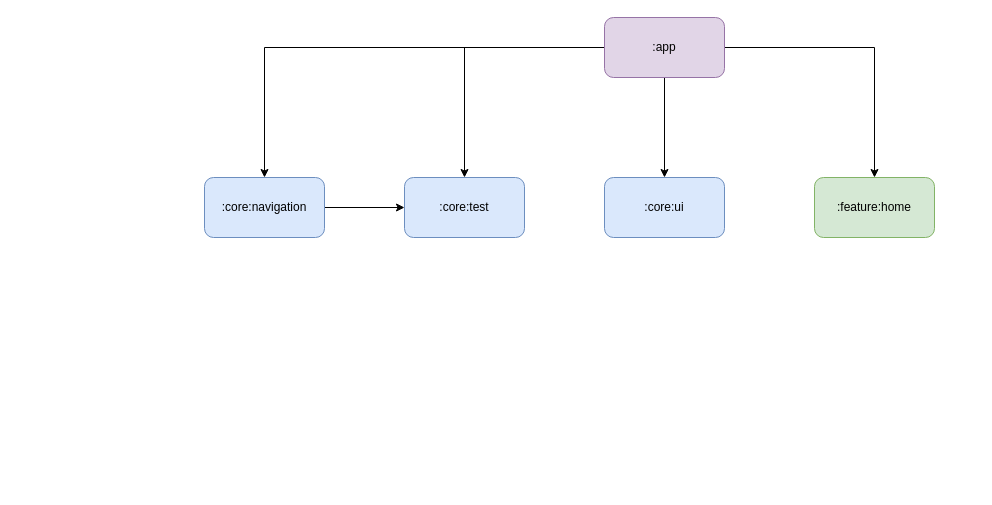
Before: docs/modules_dependency_map.drawio.xml in rbrthmn/comfin, a draw.io diagram. Source tidied: cells renumbered, new cells numbered last; positions are measured from the earlier drawing's top-left corner, leaving out a move shared by most shapes. Both pictures are drawn from the tidied source at 100%, with x=0, y=0 at pixel (204, 17).
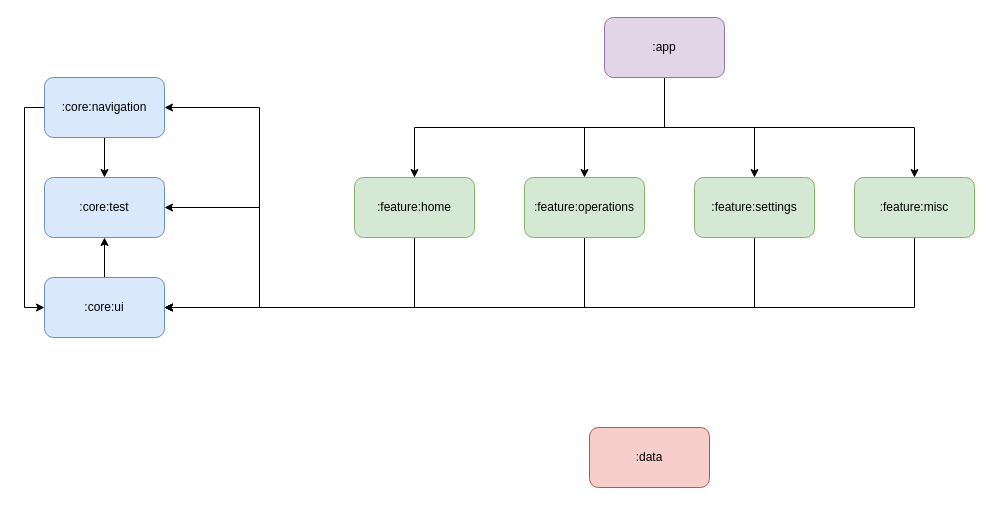
After the change.

Commit message:
#27 - updating dependency map

The change refers to these unchanged cells:
```xml
<mxCell id="6" value=":app" style="rounded=1;whiteSpace=wrap;html=1;fillColor=#e1d5e7;strokeColor=#9673a6;" parent="1" vertex="1">
  <mxGeometry x="400" width="120" height="60" as="geometry" />
</mxCell>
```

Change to the diagram source:
```diff
@@
-    <mxCell id="2" style="edgeStyle=orthogonalEdgeStyle;rounded=0;jettySize=auto;html=1;entryX=0.5;entryY=0;entryDx=0;entryDy=0;" parent="1" edge="1" source="6" target="10">
-      <mxGeometry relative="1" as="geometry" />
-    </mxCell>
-    <mxCell id="3" style="edgeStyle=orthogonalEdgeStyle;rounded=0;jettySize=auto;html=1;entryX=0.5;entryY=0;entryDx=0;entryDy=0;" parent="1" edge="1" source="6" target="8">
-      <mxGeometry relative="1" as="geometry" />
-    </mxCell>
-    <mxCell id="4" style="edgeStyle=orthogonalEdgeStyle;rounded=0;jettySize=auto;html=1;entryX=0.5;entryY=0;entryDx=0;entryDy=0;" parent="1" edge="1" source="6" target="9">
-      <mxGeometry relative="1" as="geometry" />
-    </mxCell>
+    <mxCell id="12" style="edgeStyle=orthogonalEdgeStyle;rounded=0;jettySize=auto;html=1;entryX=0.5;entryY=0;entryDx=0;entryDy=0;" parent="1" edge="1" source="6" target="24">
+      <mxGeometry relative="1" as="geometry" />
+    </mxCell>
+    <mxCell id="13" style="edgeStyle=orthogonalEdgeStyle;rounded=0;jettySize=auto;html=1;entryX=0.5;entryY=0;entryDx=0;entryDy=0;" parent="1" edge="1" source="6" target="26">
+      <mxGeometry relative="1" as="geometry">
+        <Array as="points">
+          <mxPoint x="460" y="110" />
+          <mxPoint x="710" y="110" />
+        </Array>
+      </mxGeometry>
+    </mxCell>
+    <mxCell id="14" style="edgeStyle=orthogonalEdgeStyle;rounded=0;jettySize=auto;html=1;entryX=0.5;entryY=0;entryDx=0;entryDy=0;" parent="1" edge="1" source="6" target="22">
+      <mxGeometry relative="1" as="geometry" />
+    </mxCell>
     <mxCell id="5" style="edgeStyle=orthogonalEdgeStyle;rounded=0;jettySize=auto;html=1;entryX=0.5;entryY=0;entryDx=0;entryDy=0;" parent="1" edge="1" source="6" target="11">
-      <mxGeometry relative="1" as="geometry" />
+      <mxGeometry relative="1" as="geometry">
+        <Array as="points">
+          <mxPoint x="460" y="110" />
+          <mxPoint x="210" y="110" />
+        </Array>
+      </mxGeometry>
     </mxCell>
@@
+    <mxCell id="15" style="edgeStyle=orthogonalEdgeStyle;rounded=0;jettySize=auto;html=1;entryX=0.5;entryY=1;entryDx=0;entryDy=0;" parent="1" edge="1" source="9" target="10">
+      <mxGeometry relative="1" as="geometry" />
+    </mxCell>
+    <mxCell id="9" value=":core:ui" style="rounded=1;whiteSpace=wrap;html=1;fillColor=#dae8fc;strokeColor=#6c8ebf;" parent="1" vertex="1">
+      <mxGeometry x="-160" y="260" width="120" height="60" as="geometry" />
+    </mxCell>
+    <mxCell id="10" value=":core:test" style="rounded=1;whiteSpace=wrap;html=1;fillColor=#dae8fc;strokeColor=#6c8ebf;" parent="1" vertex="1">
+      <mxGeometry x="-160" y="160" width="120" height="60" as="geometry" />
+    </mxCell>
+    <mxCell id="16" style="edgeStyle=orthogonalEdgeStyle;rounded=0;jettySize=auto;html=1;entryX=1;entryY=0.5;entryDx=0;entryDy=0;" parent="1" edge="1" source="11" target="9">
+      <mxGeometry relative="1" as="geometry">
+        <Array as="points">
+          <mxPoint x="210" y="290" />
+        </Array>
+      </mxGeometry>
+    </mxCell>
+    <mxCell id="17" style="edgeStyle=orthogonalEdgeStyle;rounded=0;jettySize=auto;html=1;entryX=1;entryY=0.5;entryDx=0;entryDy=0;" parent="1" edge="1" source="11" target="10">
+      <mxGeometry relative="1" as="geometry">
+        <Array as="points">
+          <mxPoint x="210" y="290" />
+          <mxPoint x="55" y="290" />
+          <mxPoint x="55" y="190" />
+        </Array>
+      </mxGeometry>
+    </mxCell>
+    <mxCell id="18" style="edgeStyle=orthogonalEdgeStyle;rounded=0;jettySize=auto;html=1;entryX=1;entryY=0.5;entryDx=0;entryDy=0;" parent="1" edge="1" source="11" target="8">
+      <mxGeometry relative="1" as="geometry">
+        <Array as="points">
+          <mxPoint x="210" y="290" />
+          <mxPoint x="55" y="290" />
+          <mxPoint x="55" y="90" />
+        </Array>
+      </mxGeometry>
+    </mxCell>
+    <mxCell id="11" value=":feature:home" style="rounded=1;whiteSpace=wrap;html=1;fillColor=#d5e8d4;strokeColor=#82b366;" parent="1" vertex="1">
+      <mxGeometry x="150" y="160" width="120" height="60" as="geometry" />
+    </mxCell>
+    <mxCell id="19" value=":data" style="rounded=1;whiteSpace=wrap;html=1;fillColor=#f8cecc;strokeColor=#b85450;" parent="1" vertex="1">
+      <mxGeometry x="385" y="410" width="120" height="60" as="geometry" />
+    </mxCell>
+    <mxCell id="20" style="edgeStyle=orthogonalEdgeStyle;rounded=0;jettySize=auto;html=1;entryX=0;entryY=0.5;entryDx=0;entryDy=0;" parent="1" edge="1" source="8" target="9">
+      <mxGeometry relative="1" as="geometry">
+        <Array as="points">
+          <mxPoint x="-180" y="90" />
+          <mxPoint x="-180" y="290" />
+        </Array>
+      </mxGeometry>
+    </mxCell>
-    <mxCell id="7" style="edgeStyle=orthogonalEdgeStyle;rounded=0;jettySize=auto;html=1;entryX=0;entryY=0.5;entryDx=0;entryDy=0;" parent="1" edge="1" source="8" target="10">
+    <mxCell id="7" style="edgeStyle=orthogonalEdgeStyle;rounded=0;jettySize=auto;html=1;entryX=0.5;entryY=0;entryDx=0;entryDy=0;" parent="1" edge="1" source="8" target="10">
       <mxGeometry relative="1" as="geometry" />
     </mxCell>
     <mxCell id="8" value=":core:navigation" style="rounded=1;whiteSpace=wrap;html=1;fillColor=#dae8fc;strokeColor=#6c8ebf;" parent="1" vertex="1">
-      <mxGeometry y="160" width="120" height="60" as="geometry" />
+      <mxGeometry x="-160" y="60" width="120" height="60" as="geometry" />
     </mxCell>
-    <mxCell id="9" value=":core:ui" style="rounded=1;whiteSpace=wrap;html=1;fillColor=#dae8fc;strokeColor=#6c8ebf;" parent="1" vertex="1">
-      <mxGeometry x="400" y="160" width="120" height="60" as="geometry" />
-    </mxCell>
-    <mxCell id="10" value=":core:test" style="rounded=1;whiteSpace=wrap;html=1;fillColor=#dae8fc;strokeColor=#6c8ebf;" parent="1" vertex="1">
-      <mxGeometry x="200" y="160" width="120" height="60" as="geometry" />
-    </mxCell>
-    <mxCell id="11" value=":feature:home" style="rounded=1;whiteSpace=wrap;html=1;fillColor=#d5e8d4;strokeColor=#82b366;" parent="1" vertex="1">
-      <mxGeometry x="610" y="160" width="120" height="60" as="geometry" />
-    </mxCell>
+    <mxCell id="21" style="edgeStyle=orthogonalEdgeStyle;rounded=0;jettySize=auto;html=1;entryX=1;entryY=0.5;entryDx=0;entryDy=0;" parent="1" edge="1" source="22" target="9">
+      <mxGeometry relative="1" as="geometry">
+        <Array as="points">
+          <mxPoint x="380" y="290" />
+        </Array>
+      </mxGeometry>
+    </mxCell>
+    <mxCell id="22" value=":feature:operations" style="rounded=1;whiteSpace=wrap;html=1;fillColor=#d5e8d4;strokeColor=#82b366;" parent="1" vertex="1">
+      <mxGeometry x="320" y="160" width="120" height="60" as="geometry" />
+    </mxCell>
+    <mxCell id="23" style="edgeStyle=orthogonalEdgeStyle;rounded=0;jettySize=auto;html=1;entryX=1;entryY=0.5;entryDx=0;entryDy=0;" parent="1" edge="1" source="24" target="9">
+      <mxGeometry relative="1" as="geometry">
+        <Array as="points">
+          <mxPoint x="550" y="290" />
+        </Array>
+      </mxGeometry>
+    </mxCell>
+    <mxCell id="24" value=":feature:settings" style="rounded=1;whiteSpace=wrap;html=1;fillColor=#d5e8d4;strokeColor=#82b366;" parent="1" vertex="1">
+      <mxGeometry x="490" y="160" width="120" height="60" as="geometry" />
+    </mxCell>
+    <mxCell id="25" style="edgeStyle=orthogonalEdgeStyle;rounded=0;jettySize=auto;html=1;entryX=1;entryY=0.5;entryDx=0;entryDy=0;" parent="1" edge="1" source="26" target="9">
+      <mxGeometry relative="1" as="geometry">
+        <Array as="points">
+          <mxPoint x="710" y="290" />
+        </Array>
+      </mxGeometry>
+    </mxCell>
+    <mxCell id="26" value=":feature:misc" style="rounded=1;whiteSpace=wrap;html=1;fillColor=#d5e8d4;strokeColor=#82b366;" parent="1" vertex="1">
+      <mxGeometry x="650" y="160" width="120" height="60" as="geometry" />
+    </mxCell>
```
